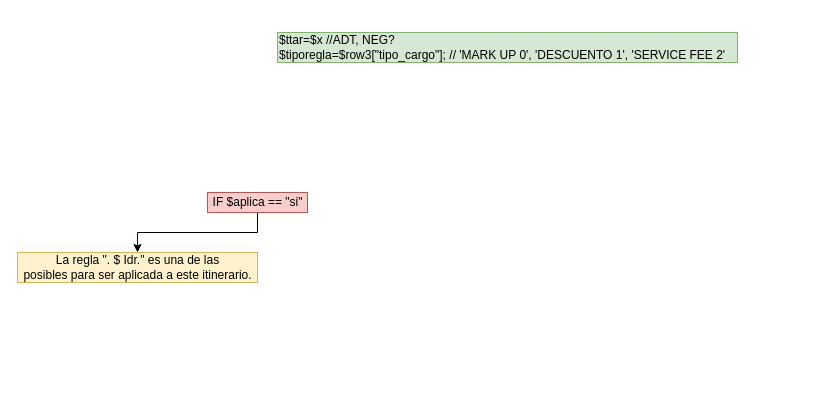
This is Untitled Diagram.drawio from tomaslvidal/bootstrap-4-setting-and-diagram-use, a draw.io file, before an edit. Source tidied: cells renumbered, new cells numbered last; positions are measured from the earlier drawing's top-left corner, leaving out a move shared by most shapes. Both pictures are drawn from the tidied source at 100%, with x=0, y=0 at pixel (17, 32).
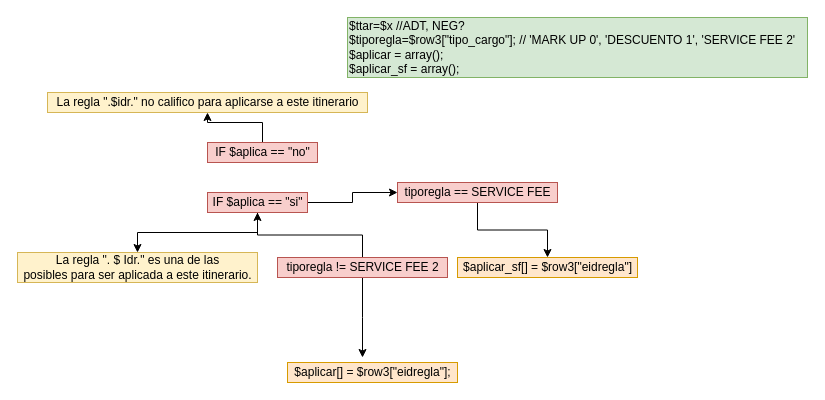
Above is the later version.

The edit, as a diff of the source:
```diff
@@
 <mxGraphModel>
   <root>
     <mxCell id="0" />
     <mxCell id="1" parent="0" />
     <mxCell id="2" style="edgeStyle=orthogonalEdgeStyle;rounded=0;jettySize=auto;html=1;" parent="1" edge="1" source="3" target="4">
       <mxGeometry relative="1" as="geometry" />
     </mxCell>
+    <mxCell id="6" style="edgeStyle=orthogonalEdgeStyle;rounded=0;jettySize=auto;html=1;" parent="1" edge="1" source="3" target="8">
+      <mxGeometry relative="1" as="geometry" />
+    </mxCell>
     <mxCell id="3" value="IF $aplica == &quot;si&quot;&lt;br&gt;" style="text;html=1;align=center;verticalAlign=middle;points=[];fillColor=#f8cecc;strokeColor=#b85450;" parent="1" vertex="1">
       <mxGeometry x="190" y="160" width="100" height="20" as="geometry" />
     </mxCell>
+    <mxCell id="7" style="edgeStyle=orthogonalEdgeStyle;rounded=0;jettySize=auto;html=1;" parent="1" edge="1" source="8" target="9">
+      <mxGeometry relative="1" as="geometry" />
+    </mxCell>
+    <mxCell id="8" value="tiporegla == SERVICE FEE&lt;br&gt;" style="text;html=1;align=center;verticalAlign=middle;points=[];fillColor=#f8cecc;strokeColor=#b85450;" parent="1" vertex="1">
+      <mxGeometry x="380" y="150" width="160" height="20" as="geometry" />
+    </mxCell>
+    <mxCell id="9" value="$aplicar_sf[] = $row3[&quot;eidregla&quot;]&lt;br&gt;" style="text;html=1;align=center;verticalAlign=middle;points=[];fillColor=#ffe6cc;strokeColor=#d79b00;" parent="1" vertex="1">
+      <mxGeometry x="440" y="225" width="180" height="20" as="geometry" />
+    </mxCell>
     <mxCell id="4" value="La regla &quot;. $ Idr.&quot; es una de las &lt;br&gt;posibles para ser aplicada a este itinerario." style="text;html=1;align=center;verticalAlign=middle;points=[];fillColor=#fff2cc;strokeColor=#d6b656;" parent="1" vertex="1">
       <mxGeometry y="220" width="240" height="30" as="geometry" />
     </mxCell>
-    <mxCell id="5" value="&lt;div&gt;$ttar=$x //ADT, NEG?&lt;/div&gt;&lt;div&gt;$tiporegla=$row3[&quot;tipo_cargo&quot;]; // 'MARK UP 0', 'DESCUENTO 1', 'SERVICE FEE 2&lt;span&gt;'&lt;/span&gt;&lt;/div&gt;" style="text;html=1;align=left;verticalAlign=middle;fillColor=#d5e8d4;strokeColor=#82b366;" parent="1" vertex="1">
-      <mxGeometry x="260" width="460" height="30" as="geometry" />
+    <mxCell id="5" value="&lt;div&gt;$ttar=$x //ADT, NEG?&lt;/div&gt;&lt;div&gt;$tiporegla=$row3[&quot;tipo_cargo&quot;]; // 'MARK UP 0', 'DESCUENTO 1', 'SERVICE FEE 2&lt;span&gt;'&lt;/span&gt;&lt;/div&gt;&lt;div&gt;&lt;span&gt;$aplicar = array();&lt;br&gt;$aplicar_sf = array();&lt;/span&gt;&lt;/div&gt;" style="text;html=1;align=left;verticalAlign=middle;fillColor=#d5e8d4;strokeColor=#82b366;" parent="1" vertex="1">
+      <mxGeometry x="330" y="-15" width="460" height="60" as="geometry" />
     </mxCell>
+    <mxCell id="10" style="edgeStyle=orthogonalEdgeStyle;rounded=0;jettySize=auto;html=1;" parent="1" edge="1" source="12">
+      <mxGeometry relative="1" as="geometry">
+        <mxPoint x="345" y="325" as="targetPoint" />
+      </mxGeometry>
+    </mxCell>
+    <mxCell id="11" style="edgeStyle=orthogonalEdgeStyle;rounded=0;jettySize=auto;html=1;" parent="1" edge="1" source="12" target="3">
+      <mxGeometry relative="1" as="geometry" />
+    </mxCell>
+    <mxCell id="12" value="tiporegla != SERVICE FEE 2" style="text;html=1;align=center;verticalAlign=middle;points=[];fillColor=#f8cecc;strokeColor=#b85450;" parent="1" vertex="1">
+      <mxGeometry x="260" y="225" width="170" height="20" as="geometry" />
+    </mxCell>
+    <mxCell id="13" value="$aplicar[] = $row3[&quot;eidregla&quot;];" style="text;html=1;align=center;verticalAlign=middle;fillColor=#ffe6cc;strokeColor=#d79b00;" parent="1" vertex="1">
+      <mxGeometry x="270" y="330" width="170" height="20" as="geometry" />
+    </mxCell>
+    <mxCell id="14" style="edgeStyle=orthogonalEdgeStyle;rounded=0;jettySize=auto;html=1;" parent="1" edge="1" source="15" target="16">
+      <mxGeometry relative="1" as="geometry" />
+    </mxCell>
+    <mxCell id="15" value="IF $aplica == &quot;no&quot;&lt;br&gt;" style="text;html=1;align=center;verticalAlign=middle;points=[];fillColor=#f8cecc;strokeColor=#b85450;" parent="1" vertex="1">
+      <mxGeometry x="190" y="110" width="110" height="20" as="geometry" />
+    </mxCell>
+    <mxCell id="16" value="La regla &quot;.$idr.&quot; no califico para aplicarse a este itinerario" style="text;html=1;align=center;verticalAlign=middle;points=[];fillColor=#fff2cc;strokeColor=#d6b656;" parent="1" vertex="1">
+      <mxGeometry x="30" y="60" width="320" height="20" as="geometry" />
+    </mxCell>
   </root>
 </mxGraphModel>
```
